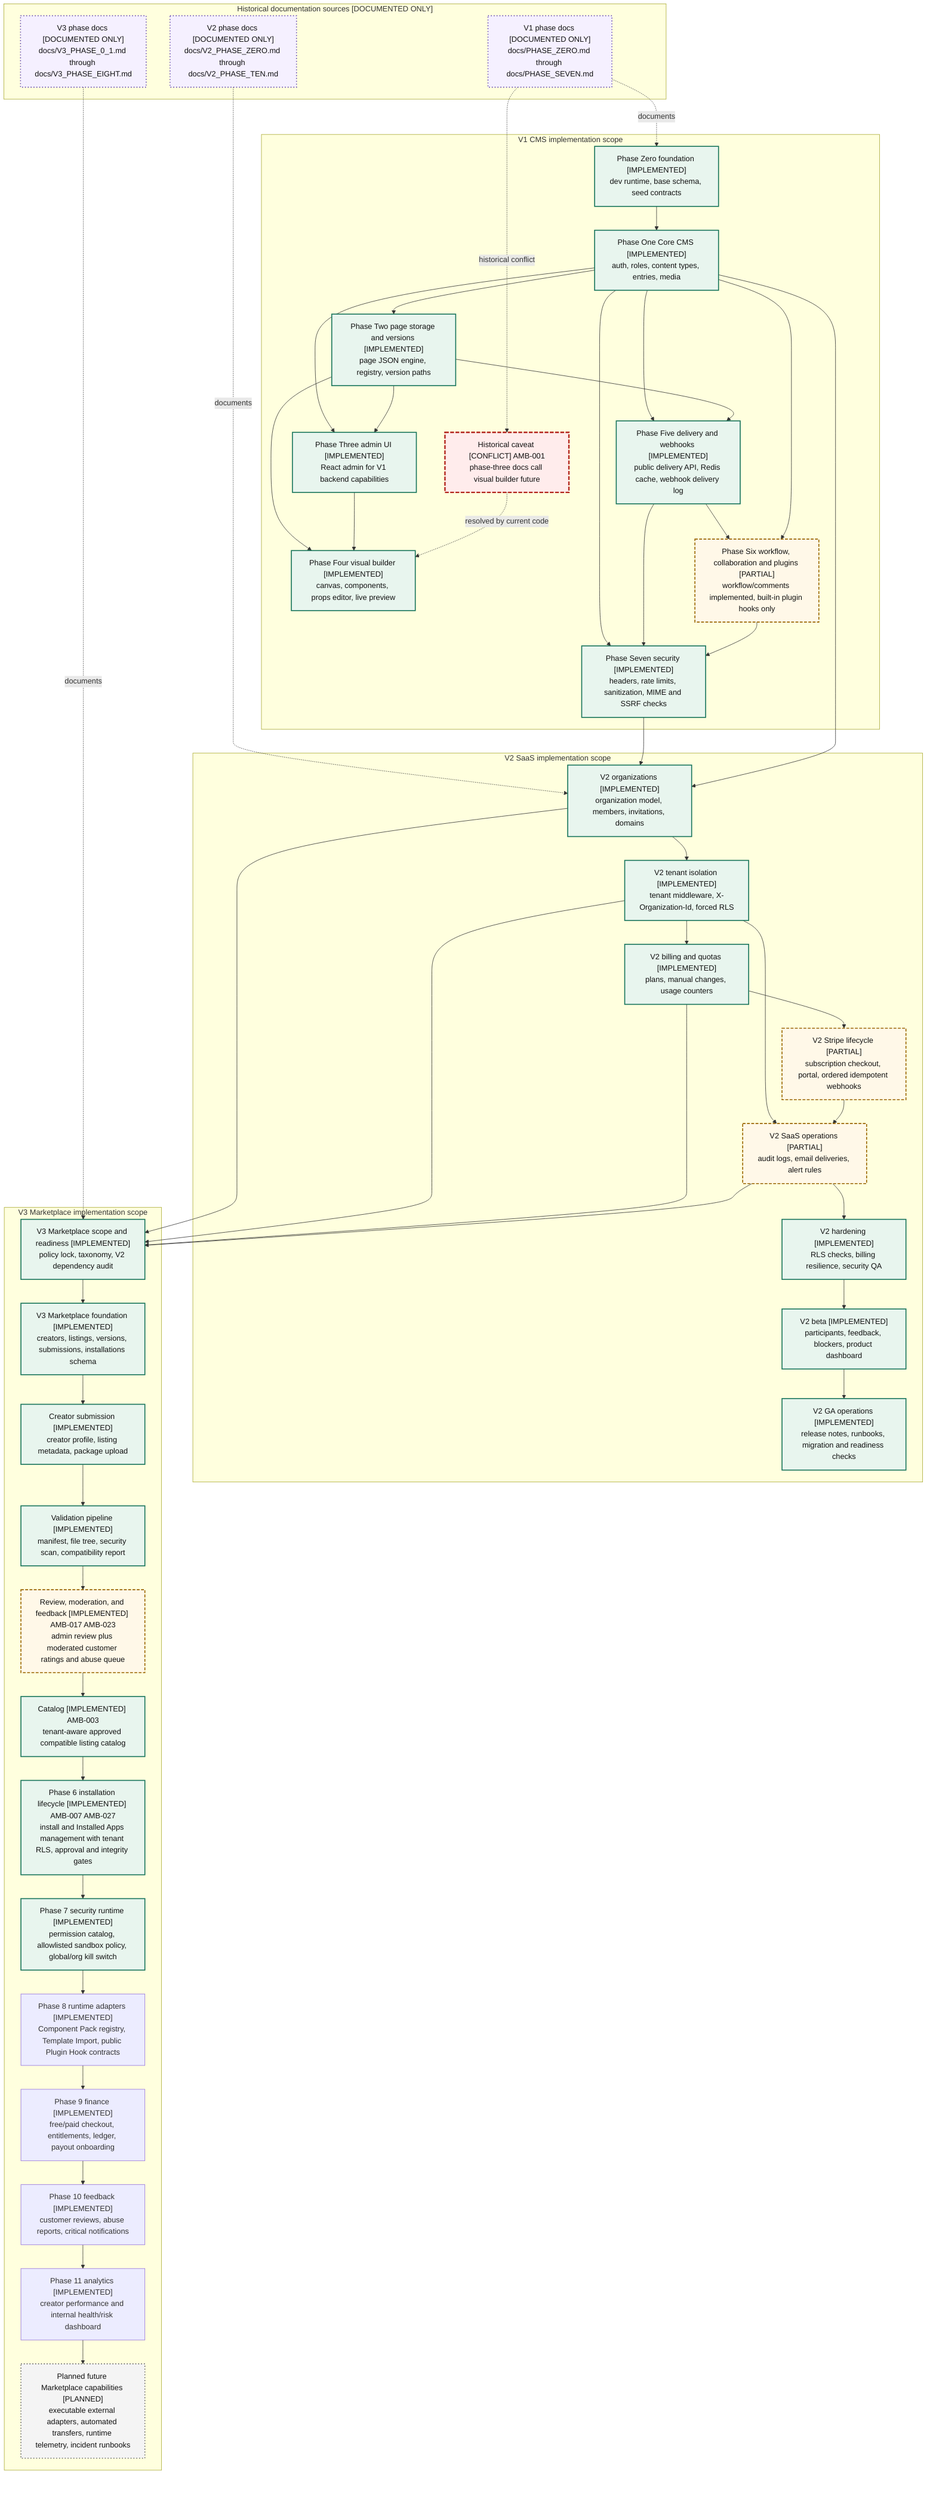
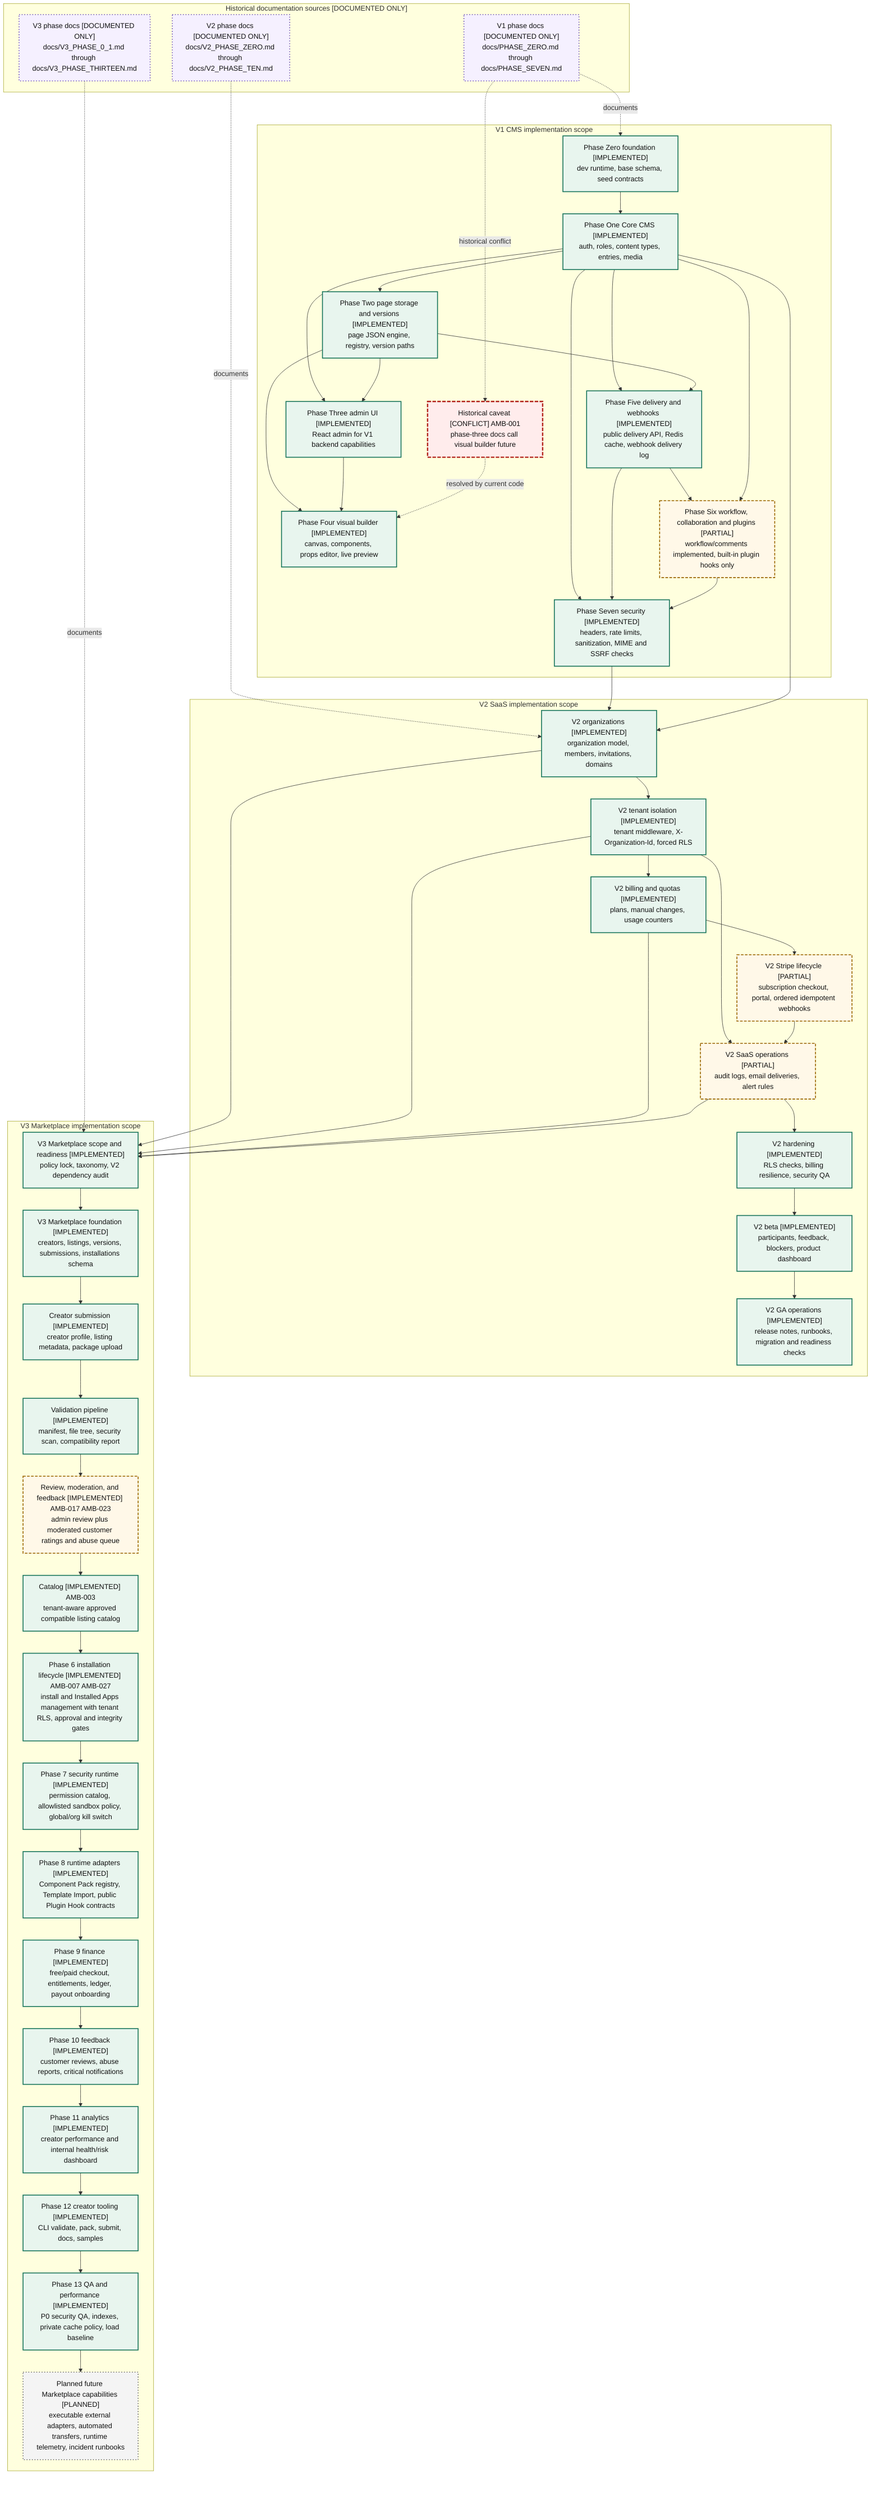
%% Evidence: docs/PHASE_ZERO.md
%% Evidence: docs/PHASE_ONE.md
%% Evidence: docs/PHASE_TWO.md
%% Evidence: docs/PHASE_THREE.md
%% Evidence: docs/PHASE_FOUR.md
%% Evidence: docs/PHASE_FIVE.md
%% Evidence: docs/PHASE_SIX.md
%% Evidence: docs/PHASE_SEVEN.md
%% Evidence: docs/V2_PHASE_ZERO.md
%% Evidence: docs/V2_PHASE_ONE.md
%% Evidence: docs/V2_PHASE_THREE.md
%% Evidence: docs/V2_PHASE_FIVE.md
%% Evidence: docs/V2_PHASE_SIX.md
%% Evidence: docs/V2_PHASE_SEVEN.md
%% Evidence: docs/V2_PHASE_EIGHT.md
%% Evidence: docs/V2_PHASE_NINE.md
%% Evidence: docs/V2_PHASE_TEN.md
%% Evidence: docs/V3_PHASE_0_1.md
%% Evidence: docs/V3_PHASE_0_2.md
%% Evidence: docs/V3_PHASE_ONE.md
%% Evidence: docs/V3_PHASE_TWO.md
%% Evidence: docs/V3_PHASE_THREE.md
%% Evidence: docs/V3_PHASE_FOUR.md
%% Evidence: docs/V3_PHASE_FIVE.md
%% Evidence: docs/V3_PHASE_SEVEN.md
+ %% Evidence: docs/V3_PHASE_EIGHT.md
+ %% Evidence: docs/V3_PHASE_NINE.md
+ %% Evidence: docs/V3_PHASE_TEN.md
+ %% Evidence: docs/V3_PHASE_ELEVEN.md
+ %% Evidence: docs/V3_PHASE_TWELVE.md
+ %% Evidence: docs/V3_PHASE_THIRTEEN.md
%% Evidence: backend/migrations/0019_v3_phase_six_installation_lifecycle.sql
%% Evidence: backend/migrations/0020_v3_phase_seven_permission_sandbox_kill_switch.sql
%% Evidence: backend/migrations/0021_v3_phase_eight_runtime_adapters.sql
+ %% Evidence: backend/migrations/0026_v3_phase_thirteen_marketplace_qa_performance.sql
%% Evidence: backend/src/services/marketplace_runtime.rs
%% Evidence: backend/src/routes/marketplace_runtime.rs
%% Evidence: backend/src/services/marketplace_adapters.rs
%% Evidence: backend/src/routes/marketplace_adapters.rs
- %% Evidence: docs/V3_PHASE_EIGHT.md
+ %% Evidence: backend/src/services/marketplace_phase_thirteen.rs
+ %% Evidence: backend/src/services/marketplace_performance.rs
+ %% Evidence: scripts/marketplace-phase13-load-smoke.ps1
%% Evidence: backend/src/services/marketplace_installation.rs
%% Evidence: backend/src/routes/marketplace.rs
%% Evidence: frontend/src/pages/MarketplacePage.tsx
%% Evidence: docs/V3_MARKETPLACE_GAP_LIST.md
%% Evidence: docs/diagrams/ARCHITECTURE_AUDIT.md
%% Evidence: docs/diagrams/AMBIGUITIES.md
flowchart TD
  subgraph historical_docs["Historical documentation sources [DOCUMENTED ONLY]"]
    hist_v1["V1 phase docs [DOCUMENTED ONLY]<br/>docs/PHASE_ZERO.md through docs/PHASE_SEVEN.md"]
    hist_v2["V2 phase docs [DOCUMENTED ONLY]<br/>docs/V2_PHASE_ZERO.md through docs/V2_PHASE_TEN.md"]
-     hist_v3["V3 phase docs [DOCUMENTED ONLY]<br/>docs/V3_PHASE_0_1.md through docs/V3_PHASE_EIGHT.md"]
+     hist_v3["V3 phase docs [DOCUMENTED ONLY]<br/>docs/V3_PHASE_0_1.md through docs/V3_PHASE_THIRTEEN.md"]
  end

  subgraph v1_scope["V1 CMS implementation scope"]
    phase_zero["Phase Zero foundation [IMPLEMENTED]<br/>dev runtime, base schema, seed contracts"]
    phase_one["Phase One Core CMS [IMPLEMENTED]<br/>auth, roles, content types, entries, media"]
    phase_two["Phase Two page storage and versions [IMPLEMENTED]<br/>page JSON engine, registry, version paths"]
    phase_three["Phase Three admin UI [IMPLEMENTED]<br/>React admin for V1 backend capabilities"]
    phase_three_caveat["Historical caveat [CONFLICT] AMB-001<br/>phase-three docs call visual builder future"]
    phase_four["Phase Four visual builder [IMPLEMENTED]<br/>canvas, components, props editor, live preview"]
    phase_five["Phase Five delivery and webhooks [IMPLEMENTED]<br/>public delivery API, Redis cache, webhook delivery log"]
    phase_six["Phase Six workflow, collaboration and plugins [PARTIAL]<br/>workflow/comments implemented, built-in plugin hooks only"]
    phase_seven["Phase Seven security [IMPLEMENTED]<br/>headers, rate limits, sanitization, MIME and SSRF checks"]
  end

  subgraph v2_scope["V2 SaaS implementation scope"]
    v2_orgs["V2 organizations [IMPLEMENTED]<br/>organization model, members, invitations, domains"]
    v2_tenant["V2 tenant isolation [IMPLEMENTED]<br/>tenant middleware, X-Organization-Id, forced RLS"]
    v2_billing_quotas["V2 billing and quotas [IMPLEMENTED]<br/>plans, manual changes, usage counters"]
    v2_stripe["V2 Stripe lifecycle [PARTIAL]<br/>subscription checkout, portal, ordered idempotent webhooks"]
    v2_saas_ops["V2 SaaS operations [PARTIAL]<br/>audit logs, email deliveries, alert rules"]
    v2_hardening["V2 hardening [IMPLEMENTED]<br/>RLS checks, billing resilience, security QA"]
    v2_beta["V2 beta [IMPLEMENTED]<br/>participants, feedback, blockers, product dashboard"]
    v2_ga["V2 GA operations [IMPLEMENTED]<br/>release notes, runbooks, migration and readiness checks"]
  end

  subgraph v3_scope["V3 Marketplace implementation scope"]
    v3_scope_ready["V3 Marketplace scope and readiness [IMPLEMENTED]<br/>policy lock, taxonomy, V2 dependency audit"]
    v3_foundation["V3 Marketplace foundation [IMPLEMENTED]<br/>creators, listings, versions, submissions, installations schema"]
    v3_creator_submission["Creator submission [IMPLEMENTED]<br/>creator profile, listing metadata, package upload"]
    v3_validation["Validation pipeline [IMPLEMENTED]<br/>manifest, file tree, security scan, compatibility report"]
    v3_review["Review, moderation, and feedback [IMPLEMENTED] AMB-017 AMB-023<br/>admin review plus moderated customer ratings and abuse queue"]
    v3_catalog["Catalog [IMPLEMENTED] AMB-003<br/>tenant-aware approved compatible listing catalog"]
    v3_install["Phase 6 installation lifecycle [IMPLEMENTED] AMB-007 AMB-027<br/>install and Installed Apps management with tenant RLS, approval and integrity gates"]
    v3_security["Phase 7 security runtime [IMPLEMENTED]<br/>permission catalog, allowlisted sandbox policy, global/org kill switch"]
    v3_adapters["Phase 8 runtime adapters [IMPLEMENTED]<br/>Component Pack registry, Template Import, public Plugin Hook contracts"]
    v3_finance["Phase 9 finance [IMPLEMENTED]<br/>free/paid checkout, entitlements, ledger, payout onboarding"]
    v3_feedback["Phase 10 feedback [IMPLEMENTED]<br/>customer reviews, abuse reports, critical notifications"]
    v3_analytics["Phase 11 analytics [IMPLEMENTED]<br/>creator performance and internal health/risk dashboard"]
+     v3_creator_tooling["Phase 12 creator tooling [IMPLEMENTED]<br/>CLI validate, pack, submit, docs, samples"]
+     v3_qa_performance["Phase 13 QA and performance [IMPLEMENTED]<br/>P0 security QA, indexes, private cache policy, load baseline"]
    v3_future["Planned future Marketplace capabilities [PLANNED]<br/>executable external adapters, automated transfers, runtime telemetry, incident runbooks"]
  end

  hist_v1 -. documents .-> phase_zero
  hist_v2 -. documents .-> v2_orgs
  hist_v3 -. documents .-> v3_scope_ready
  hist_v1 -. historical conflict .-> phase_three_caveat

  phase_zero --> phase_one
  phase_one --> phase_two
  phase_one --> phase_three
  phase_two --> phase_three
  phase_two --> phase_four
  phase_three --> phase_four
  phase_one --> phase_five
  phase_two --> phase_five
  phase_five --> phase_six
  phase_one --> phase_six
  phase_one --> phase_seven
  phase_five --> phase_seven
  phase_six --> phase_seven
  phase_three_caveat -. resolved by current code .-> phase_four

  phase_seven --> v2_orgs
  phase_one --> v2_orgs
  v2_orgs --> v2_tenant
  v2_tenant --> v2_billing_quotas
  v2_billing_quotas --> v2_stripe
  v2_tenant --> v2_saas_ops
  v2_stripe --> v2_saas_ops
  v2_saas_ops --> v2_hardening
  v2_hardening --> v2_beta
  v2_beta --> v2_ga

  v2_orgs --> v3_scope_ready
  v2_tenant --> v3_scope_ready
  v2_billing_quotas --> v3_scope_ready
  v2_saas_ops --> v3_scope_ready
  v3_scope_ready --> v3_foundation
  v3_foundation --> v3_creator_submission
  v3_creator_submission --> v3_validation
  v3_validation --> v3_review
  v3_review --> v3_catalog
  v3_catalog --> v3_install
  v3_install --> v3_security
  v3_security --> v3_adapters
  v3_adapters --> v3_finance
  v3_finance --> v3_feedback
  v3_feedback --> v3_analytics
-   v3_analytics --> v3_future
+   v3_analytics --> v3_creator_tooling
+   v3_creator_tooling --> v3_qa_performance
+   v3_qa_performance --> v3_future

  class hist_v1,hist_v2,hist_v3 documented
-   class phase_zero,phase_one,phase_two,phase_three,phase_four,phase_five,phase_seven,v2_orgs,v2_tenant,v2_billing_quotas,v2_hardening,v2_beta,v2_ga,v3_scope_ready,v3_foundation,v3_creator_submission,v3_validation,v3_catalog,v3_install,v3_security implemented
+   class phase_zero,phase_one,phase_two,phase_three,phase_four,phase_five,phase_seven,v2_orgs,v2_tenant,v2_billing_quotas,v2_hardening,v2_beta,v2_ga,v3_scope_ready,v3_foundation,v3_creator_submission,v3_validation,v3_catalog,v3_install,v3_security,v3_adapters,v3_finance,v3_feedback,v3_analytics,v3_creator_tooling,v3_qa_performance implemented
  class phase_six,v2_stripe,v2_saas_ops,v3_review partial
  class v3_future planned
  class phase_three_caveat conflict
  classDef implemented fill:#e8f5ee,stroke:#17745b,stroke-width:2px,color:#111
  classDef partial fill:#fff8e8,stroke:#9a6500,stroke-width:2px,stroke-dasharray: 6 3,color:#111
  classDef planned fill:#f4f4f4,stroke:#666,stroke-width:2px,stroke-dasharray: 2 4,color:#111
  classDef documented fill:#f5f0ff,stroke:#6a4fb3,stroke-width:2px,stroke-dasharray: 2 4,color:#111
  classDef conflict fill:#ffecec,stroke:#b3261e,stroke-width:3px,stroke-dasharray: 8 3,color:#111
